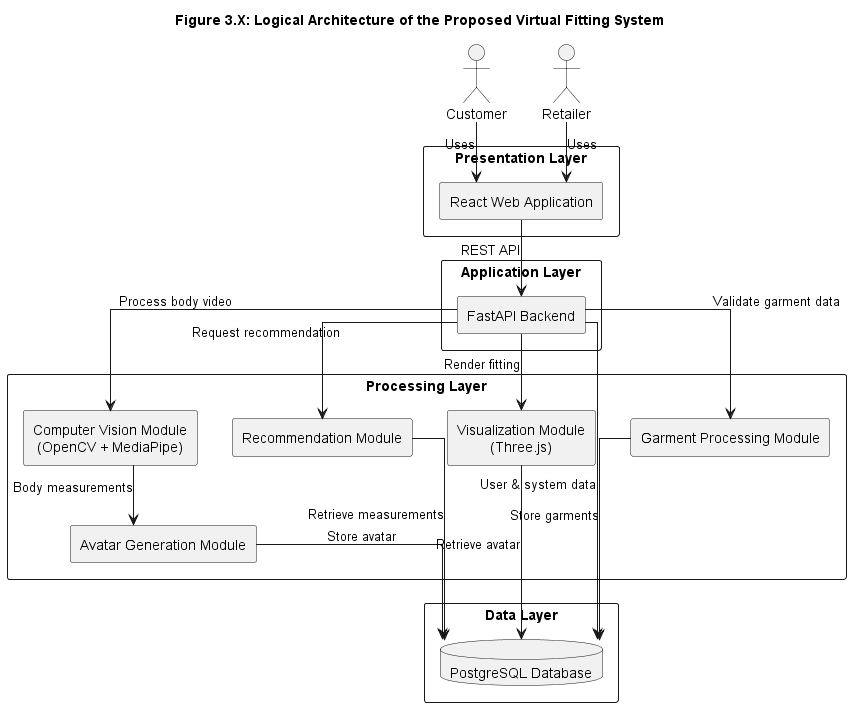
The PlantUML diagram docs/uml/logical_design/system_architecture/Logical_Architecture.png in chris-macharia/SmartFit, before a commit. Its diagram source:
```plantuml
@startuml Logical_Architecture
title Figure 3.X: Logical Architecture of the Proposed Virtual Fitting System

top to bottom direction

skinparam componentStyle rectangle
skinparam shadowing false
skinparam packageStyle rectangle
skinparam linetype ortho
skinparam defaultTextAlignment center

actor Customer
actor Retailer

package "Presentation Layer" {
    component "React Web Application" as React
}

package "Application Layer" {
    component "FastAPI Backend" as Backend
}

package "Processing Layer" {

    component "Computer Vision Module\n(OpenCV + MediaPipe)" as CV

    component "Avatar Generation Module" as Avatar

    component "Recommendation Module" as Recommend

    component "Visualization Module\n(Three.js)" as Visualize

    component "Garment Processing Module" as Garment

}

package "Data Layer" {
    database "PostgreSQL Database" as DB
}

Customer --> React : Uses
Retailer --> React : Uses

React --> Backend : REST API

Backend --> CV : Process body video
Backend --> Garment : Validate garment data
Backend --> Recommend : Request recommendation
Backend --> Visualize : Render fitting

CV --> Avatar : Body measurements

Avatar --> DB : Store avatar
Garment --> DB : Store garments
Recommend --> DB : Retrieve measurements
Visualize --> DB : Retrieve avatar
Backend --> DB : User & system data

@enduml
```
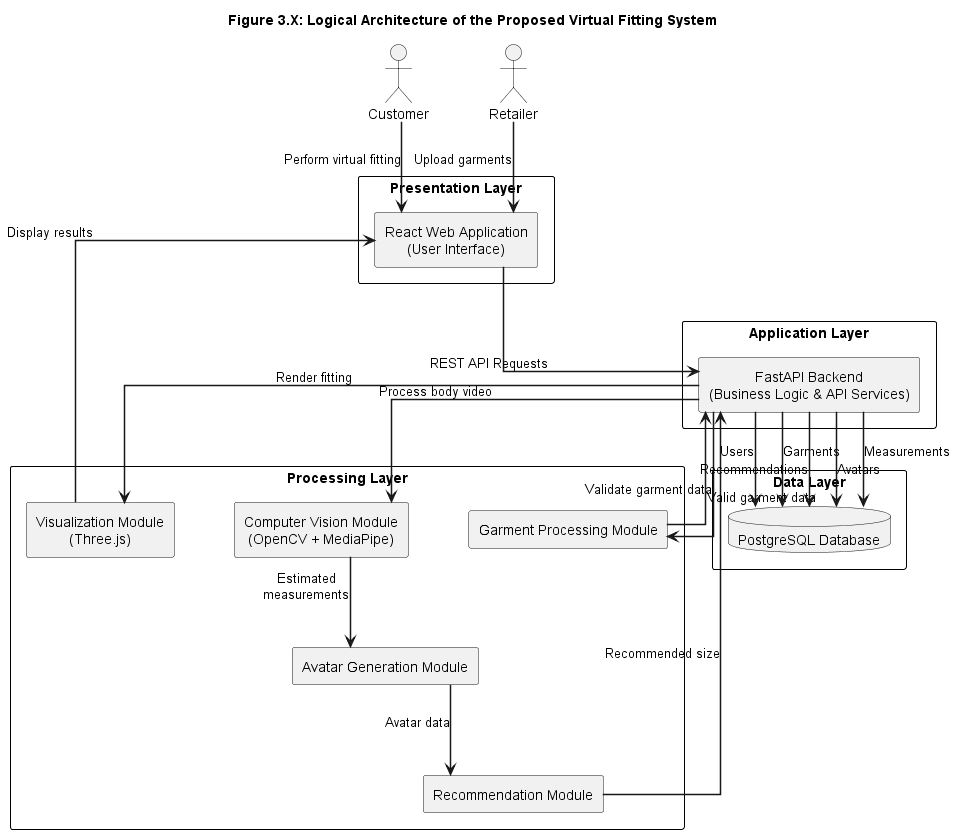
The same file after the commit.

Commit message:
Improve the logical system architecture so that the back end is the only component communicating with the DB

Change to the diagram source:
```diff
@@ -4,20 +4,30 @@
 top to bottom direction
 
 skinparam componentStyle rectangle
+skinparam packageStyle rectangle
 skinparam shadowing false
-skinparam packageStyle rectangle
 skinparam linetype ortho
 skinparam defaultTextAlignment center
+skinparam ArrowThickness 1.5
+skinparam packageBorderColor Black
+skinparam packageBackgroundColor White
+
+skinparam nodesep 60
+skinparam ranksep 90
 
 actor Customer
 actor Retailer
 
 package "Presentation Layer" {
-    component "React Web Application" as React
+
+    component "React Web Application\n(User Interface)" as React
+
 }
 
 package "Application Layer" {
-    component "FastAPI Backend" as Backend
+
+    component "FastAPI Backend\n(Business Logic & API Services)" as Backend
+
 }
 
 package "Processing Layer" {
@@ -35,25 +45,45 @@
 }
 
 package "Data Layer" {
+
     database "PostgreSQL Database" as DB
+
 }
 
-Customer --> React : Uses
-Retailer --> React : Uses
 
-React --> Backend : REST API
+Customer --> React : Perform virtual fitting
+
+Retailer --> React : Upload garments
+
+React --> Backend : REST API Requests
+
 
 Backend --> CV : Process body video
-Backend --> Garment : Validate garment data
-Backend --> Recommend : Request recommendation
+
+CV --> Avatar : Estimated\nmeasurements
+
+Avatar --> Recommend : Avatar data
+
+Recommend --> Backend : Recommended size
+
 Backend --> Visualize : Render fitting
 
-CV --> Avatar : Body measurements
+Visualize --> React : Display results
 
-Avatar --> DB : Store avatar
-Garment --> DB : Store garments
-Recommend --> DB : Retrieve measurements
-Visualize --> DB : Retrieve avatar
-Backend --> DB : User & system data
+
+Backend ----> Garment : Validate garment data
+
+Garment ----> Backend : Valid garment data
+
+
+Backend --> DB : Users
+
+Backend --> DB : Garments
+
+Backend --> DB : Measurements
+
+Backend --> DB : Avatars
+
+Backend --> DB : Recommendations
 
 @enduml
```
